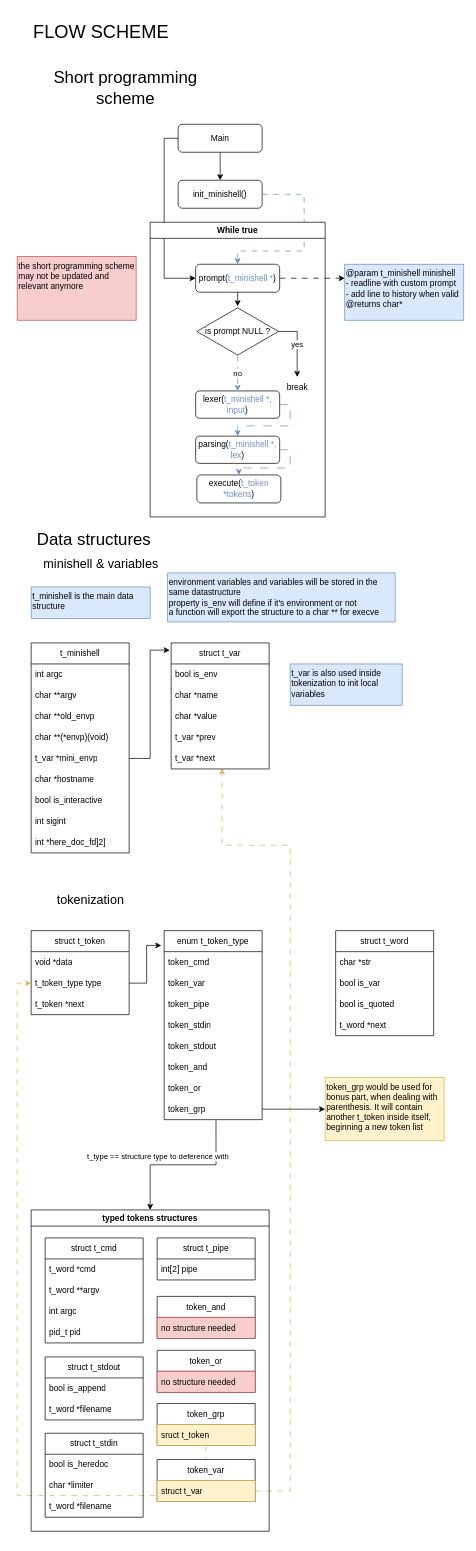
Earlier version of the draw.io diagram docs/flow_scheme.drawio (RPDJF/42-minishell). Source tidied: cells renumbered, new cells numbered last; positions are measured from the earlier drawing's top-left corner, leaving out a move shared by most shapes. Both pictures are drawn from the tidied source at 70%, with x=0, y=0 at pixel (13, 12).
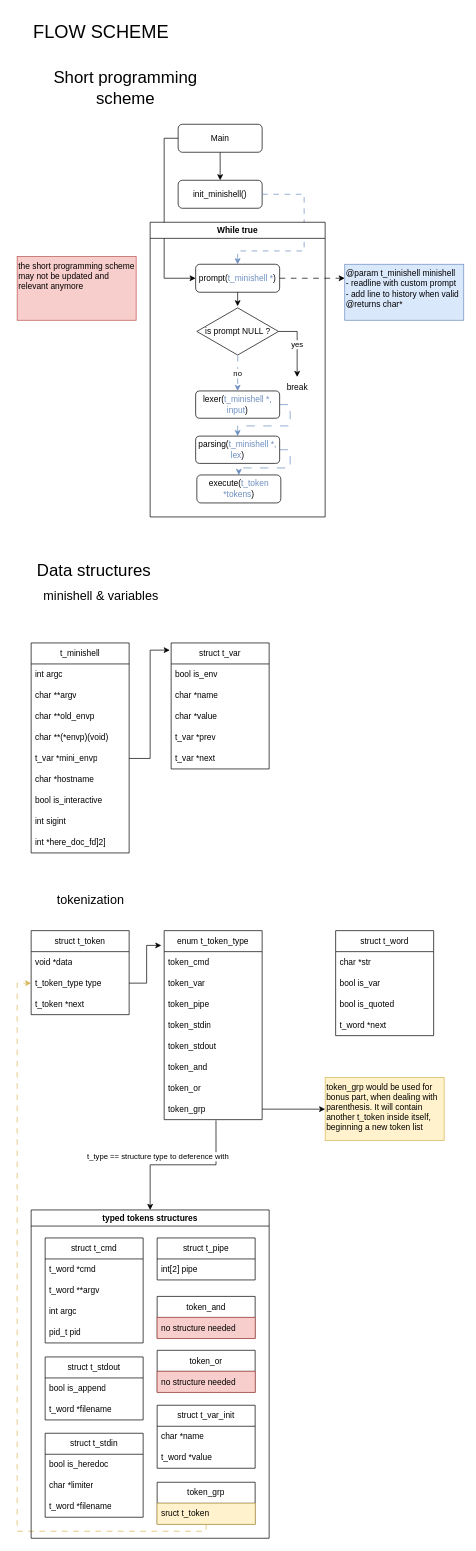
The same page after the edit.

Commit message:
Mettre à jour flow_scheme.drawio

The change refers to these unchanged cells:
```xml
<mxCell id="23" value="struct t_token" style="swimlane;fontStyle=0;horizontal=1;startSize=30;whiteSpace=wrap;html=1;" parent="1" vertex="1">
  <mxGeometry x="25" y="1312" width="140" height="120" as="geometry" />
</mxCell>
<mxCell id="56" value="sruct t_token" style="text;strokeColor=#d6b656;fillColor=#fff2cc;align=left;verticalAlign=middle;spacingLeft=4;spacingRight=4;overflow=hidden;points=[[0,0.5],[1,0.5]];portConstraint=eastwest;whiteSpace=wrap;html=1;" parent="55" vertex="1">
  <mxGeometry y="30" width="140" height="30" as="geometry" />
</mxCell>
<mxCell id="82" value="t_var *next" style="text;strokeColor=none;fillColor=none;align=left;verticalAlign=middle;spacingLeft=4;spacingRight=4;overflow=hidden;points=[[0,0.5],[1,0.5]];portConstraint=eastwest;whiteSpace=wrap;html=1;" parent="77" vertex="1">
  <mxGeometry y="150" width="140" height="30" as="geometry" />
</mxCell>
```

Change to the diagram source:
```diff
@@
     <mxCell id="2" style="edgeStyle=orthogonalEdgeStyle;rounded=0;jettySize=auto;html=1;fillColor=#fff2cc;strokeColor=#d6b656;dashed=1;dashPattern=8 8;" parent="1" edge="1" source="56" target="23">
       <mxGeometry relative="1" as="geometry">
         <Array as="points">
-          <mxPoint x="5" y="2119" />
+          <mxPoint x="275" y="2170" />
+          <mxPoint x="5" y="2170" />
           <mxPoint x="5" y="1387" />
         </Array>
       </mxGeometry>
     </mxCell>
-    <mxCell id="3" style="edgeStyle=orthogonalEdgeStyle;rounded=0;jettySize=auto;html=1;entryX=0.52;entryY=0.971;entryDx=0;entryDy=0;entryPerimeter=0;fillColor=#fff2cc;strokeColor=#d6b656;dashed=1;dashPattern=8 8;" parent="1" edge="1" source="58" target="82">
-      <mxGeometry relative="1" as="geometry">
-        <Array as="points">
-          <mxPoint x="395" y="2113" />
-          <mxPoint x="395" y="1190" />
-          <mxPoint x="298" y="1190" />
-        </Array>
-      </mxGeometry>
-    </mxCell>
@@
     <mxCell id="38" value="typed tokens structures" style="swimlane;whiteSpace=wrap;html=1;" parent="1" vertex="1">
-      <mxGeometry x="25" y="1711" width="340" height="459" as="geometry" />
+      <mxGeometry x="25" y="1711" width="340" height="469" as="geometry" />
     </mxCell>
@@
     <mxCell id="55" value="token_grp" style="swimlane;fontStyle=0;horizontal=1;startSize=30;whiteSpace=wrap;html=1;" parent="38" vertex="1">
-      <mxGeometry x="180" y="276.5" width="140" height="60" as="geometry" />
+      <mxGeometry x="180" y="389" width="140" height="60" as="geometry" />
     </mxCell>
@@
-    <mxCell id="57" value="token_var" style="swimlane;fontStyle=0;horizontal=1;startSize=30;whiteSpace=wrap;html=1;" parent="38" vertex="1">
-      <mxGeometry x="180" y="356.5" width="140" height="60" as="geometry" />
-    </mxCell>
-    <mxCell id="58" value="struct t_var" style="text;strokeColor=#d6b656;fillColor=#fff2cc;align=left;verticalAlign=middle;spacingLeft=4;spacingRight=4;overflow=hidden;points=[[0,0.5],[1,0.5]];portConstraint=eastwest;whiteSpace=wrap;html=1;" parent="57" vertex="1">
-      <mxGeometry y="30" width="140" height="30" as="geometry" />
-    </mxCell>
@@
+    <mxCell id="94" value="struct t_var_init" style="swimlane;fontStyle=0;horizontal=1;startSize=30;whiteSpace=wrap;html=1;" parent="38" vertex="1">
+      <mxGeometry x="180" y="279" width="140" height="90" as="geometry" />
+    </mxCell>
+    <mxCell id="95" value="char *name" style="text;strokeColor=none;fillColor=none;align=left;verticalAlign=middle;spacingLeft=4;spacingRight=4;overflow=hidden;whiteSpace=wrap;html=1;" parent="94" vertex="1">
+      <mxGeometry y="30" width="140" height="30" as="geometry" />
+    </mxCell>
+    <mxCell id="96" value="t_word *value" style="text;strokeColor=none;fillColor=none;align=left;verticalAlign=middle;spacingLeft=4;spacingRight=4;overflow=hidden;whiteSpace=wrap;html=1;" parent="94" vertex="1">
+      <mxGeometry y="60" width="140" height="30" as="geometry" />
+    </mxCell>
     <mxCell id="61" value="Data structures" style="text;html=1;align=center;verticalAlign=middle;whiteSpace=wrap;rounded=0;fontSize=24;" parent="1" vertex="1">
-      <mxGeometry x="25" y="725" width="180" height="55" as="geometry" />
+      <mxGeometry x="25" y="770" width="180" height="55" as="geometry" />
     </mxCell>
@@
-    <mxCell id="64" value="t_minishell is the main data structure" style="rounded=0;whiteSpace=wrap;html=1;fillColor=#dae8fc;strokeColor=#6c8ebf;verticalAlign=top;align=left;" parent="1" vertex="1">
-      <mxGeometry x="25" y="821" width="170" height="45" as="geometry" />
-    </mxCell>
@@
     <mxCell id="83" value="minishell &amp;amp; variables" style="text;html=1;align=center;verticalAlign=middle;whiteSpace=wrap;rounded=0;fontSize=18;" parent="1" vertex="1">
-      <mxGeometry x="35" y="761" width="180" height="55" as="geometry" />
+      <mxGeometry x="35" y="806" width="180" height="55" as="geometry" />
     </mxCell>
@@
-    <mxCell id="85" value="environment variables and variables will be stored in the same datastructure&lt;div&gt;property is_env will define if it's environment or not&lt;/div&gt;&lt;div&gt;a function will export the structure to a char ** for execve&lt;/div&gt;" style="rounded=0;whiteSpace=wrap;html=1;fillColor=#dae8fc;strokeColor=#6c8ebf;verticalAlign=top;align=left;" parent="1" vertex="1">
-      <mxGeometry x="220" y="801" width="325" height="70" as="geometry" />
-    </mxCell>
@@
-    <mxCell id="92" value="t_var is also used inside tokenization to init local variables" style="rounded=0;whiteSpace=wrap;html=1;fillColor=#dae8fc;strokeColor=#6c8ebf;verticalAlign=top;align=left;" parent="1" vertex="1">
-      <mxGeometry x="395" y="931" width="160" height="59" as="geometry" />
-    </mxCell>
```
